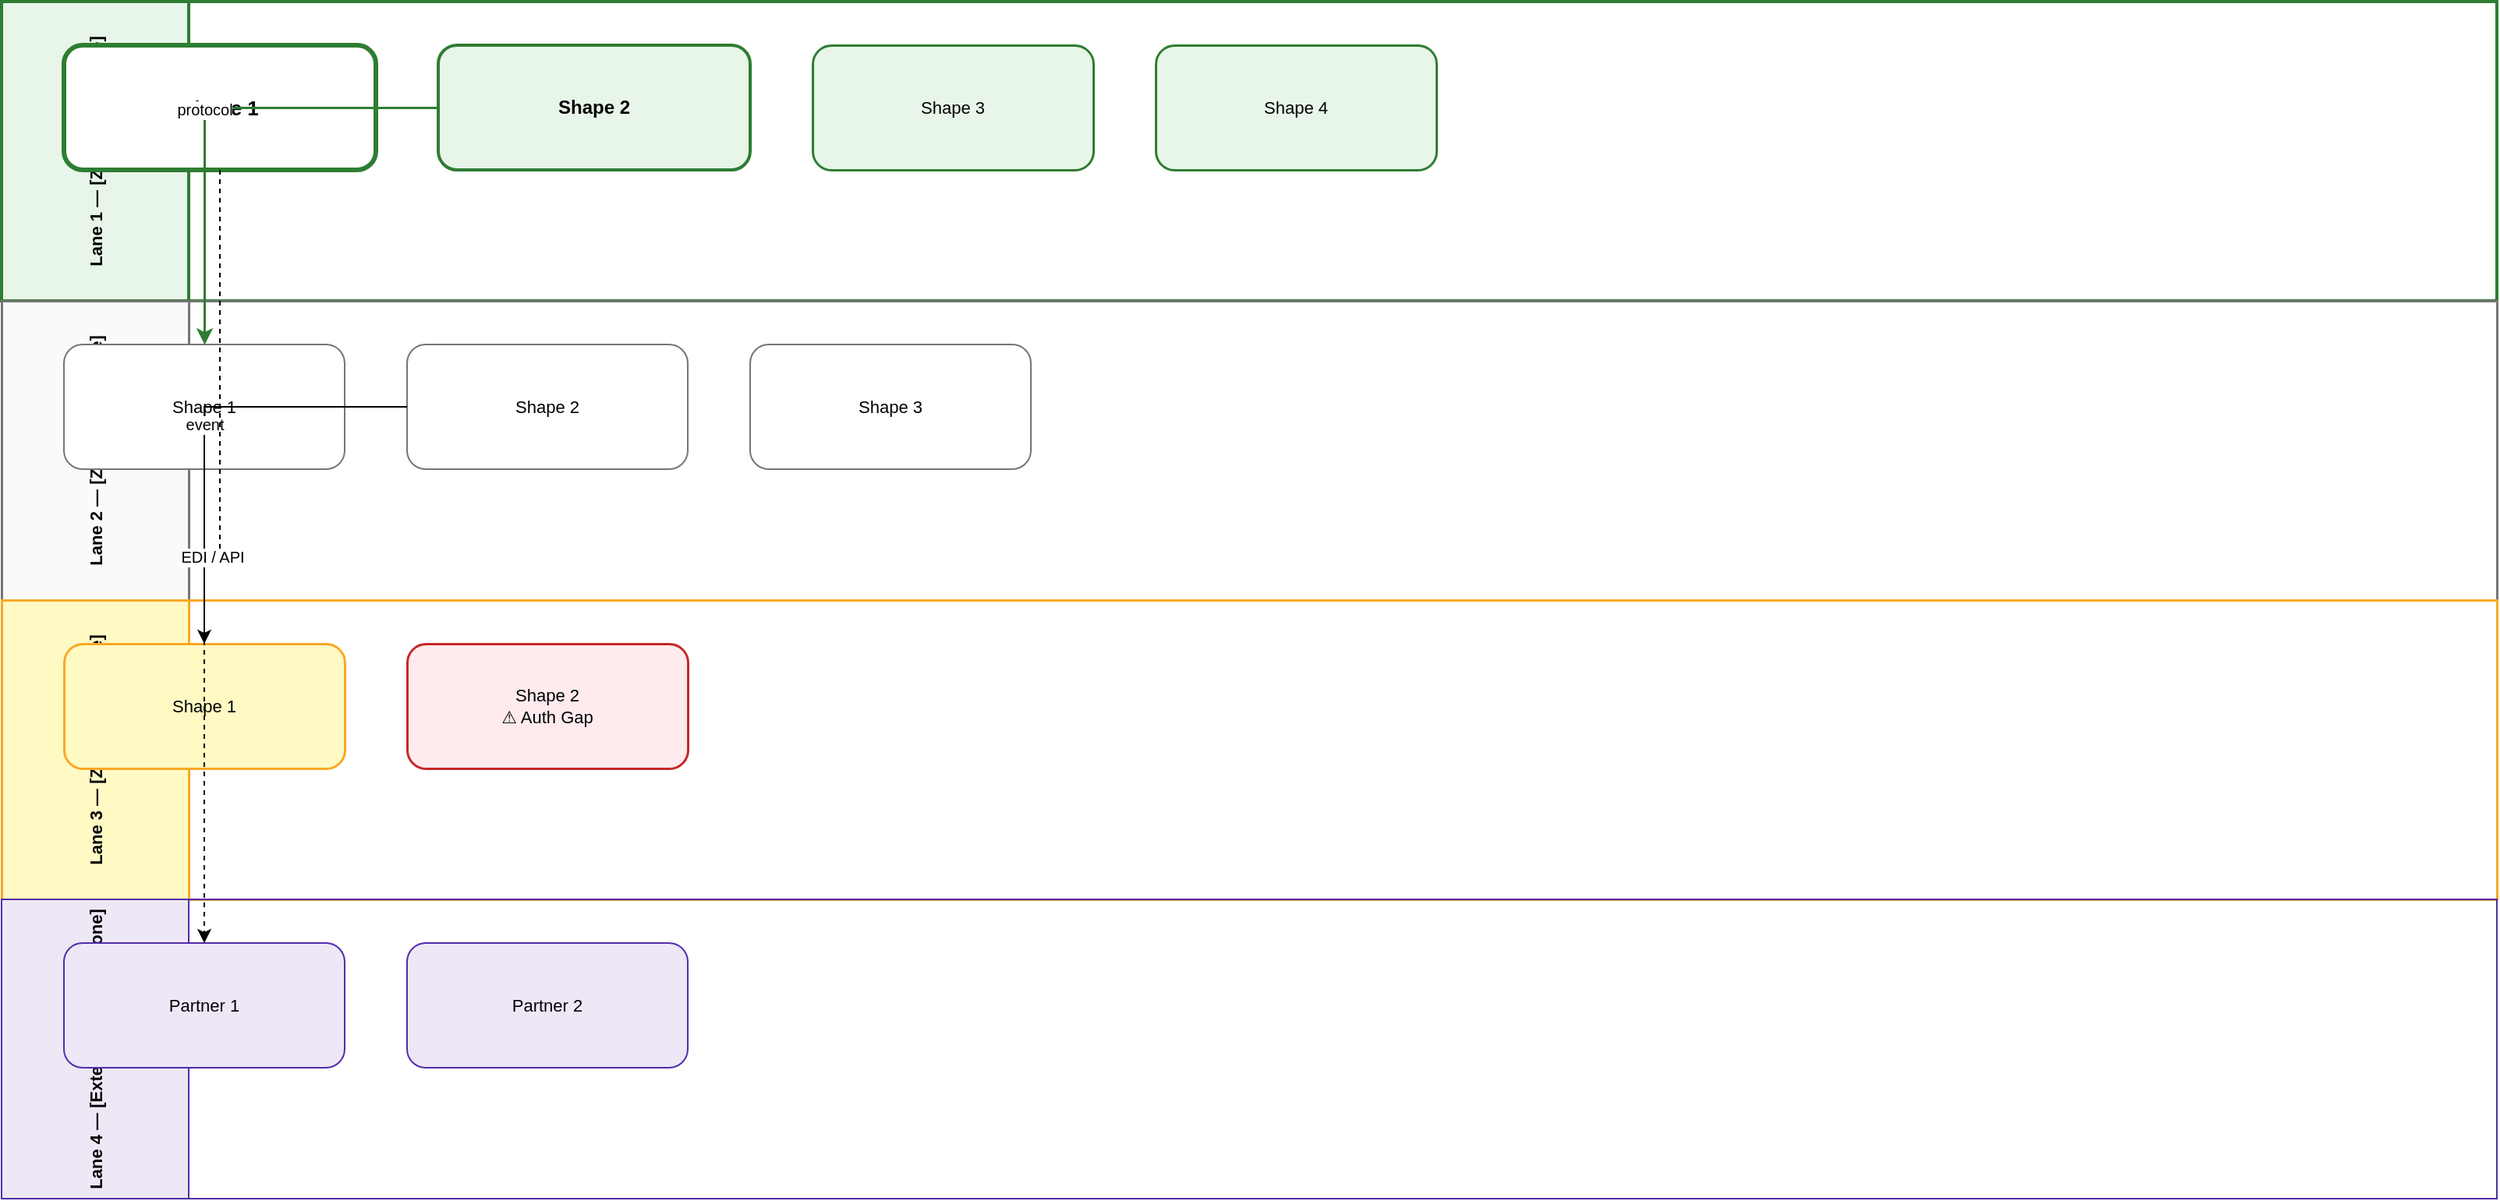
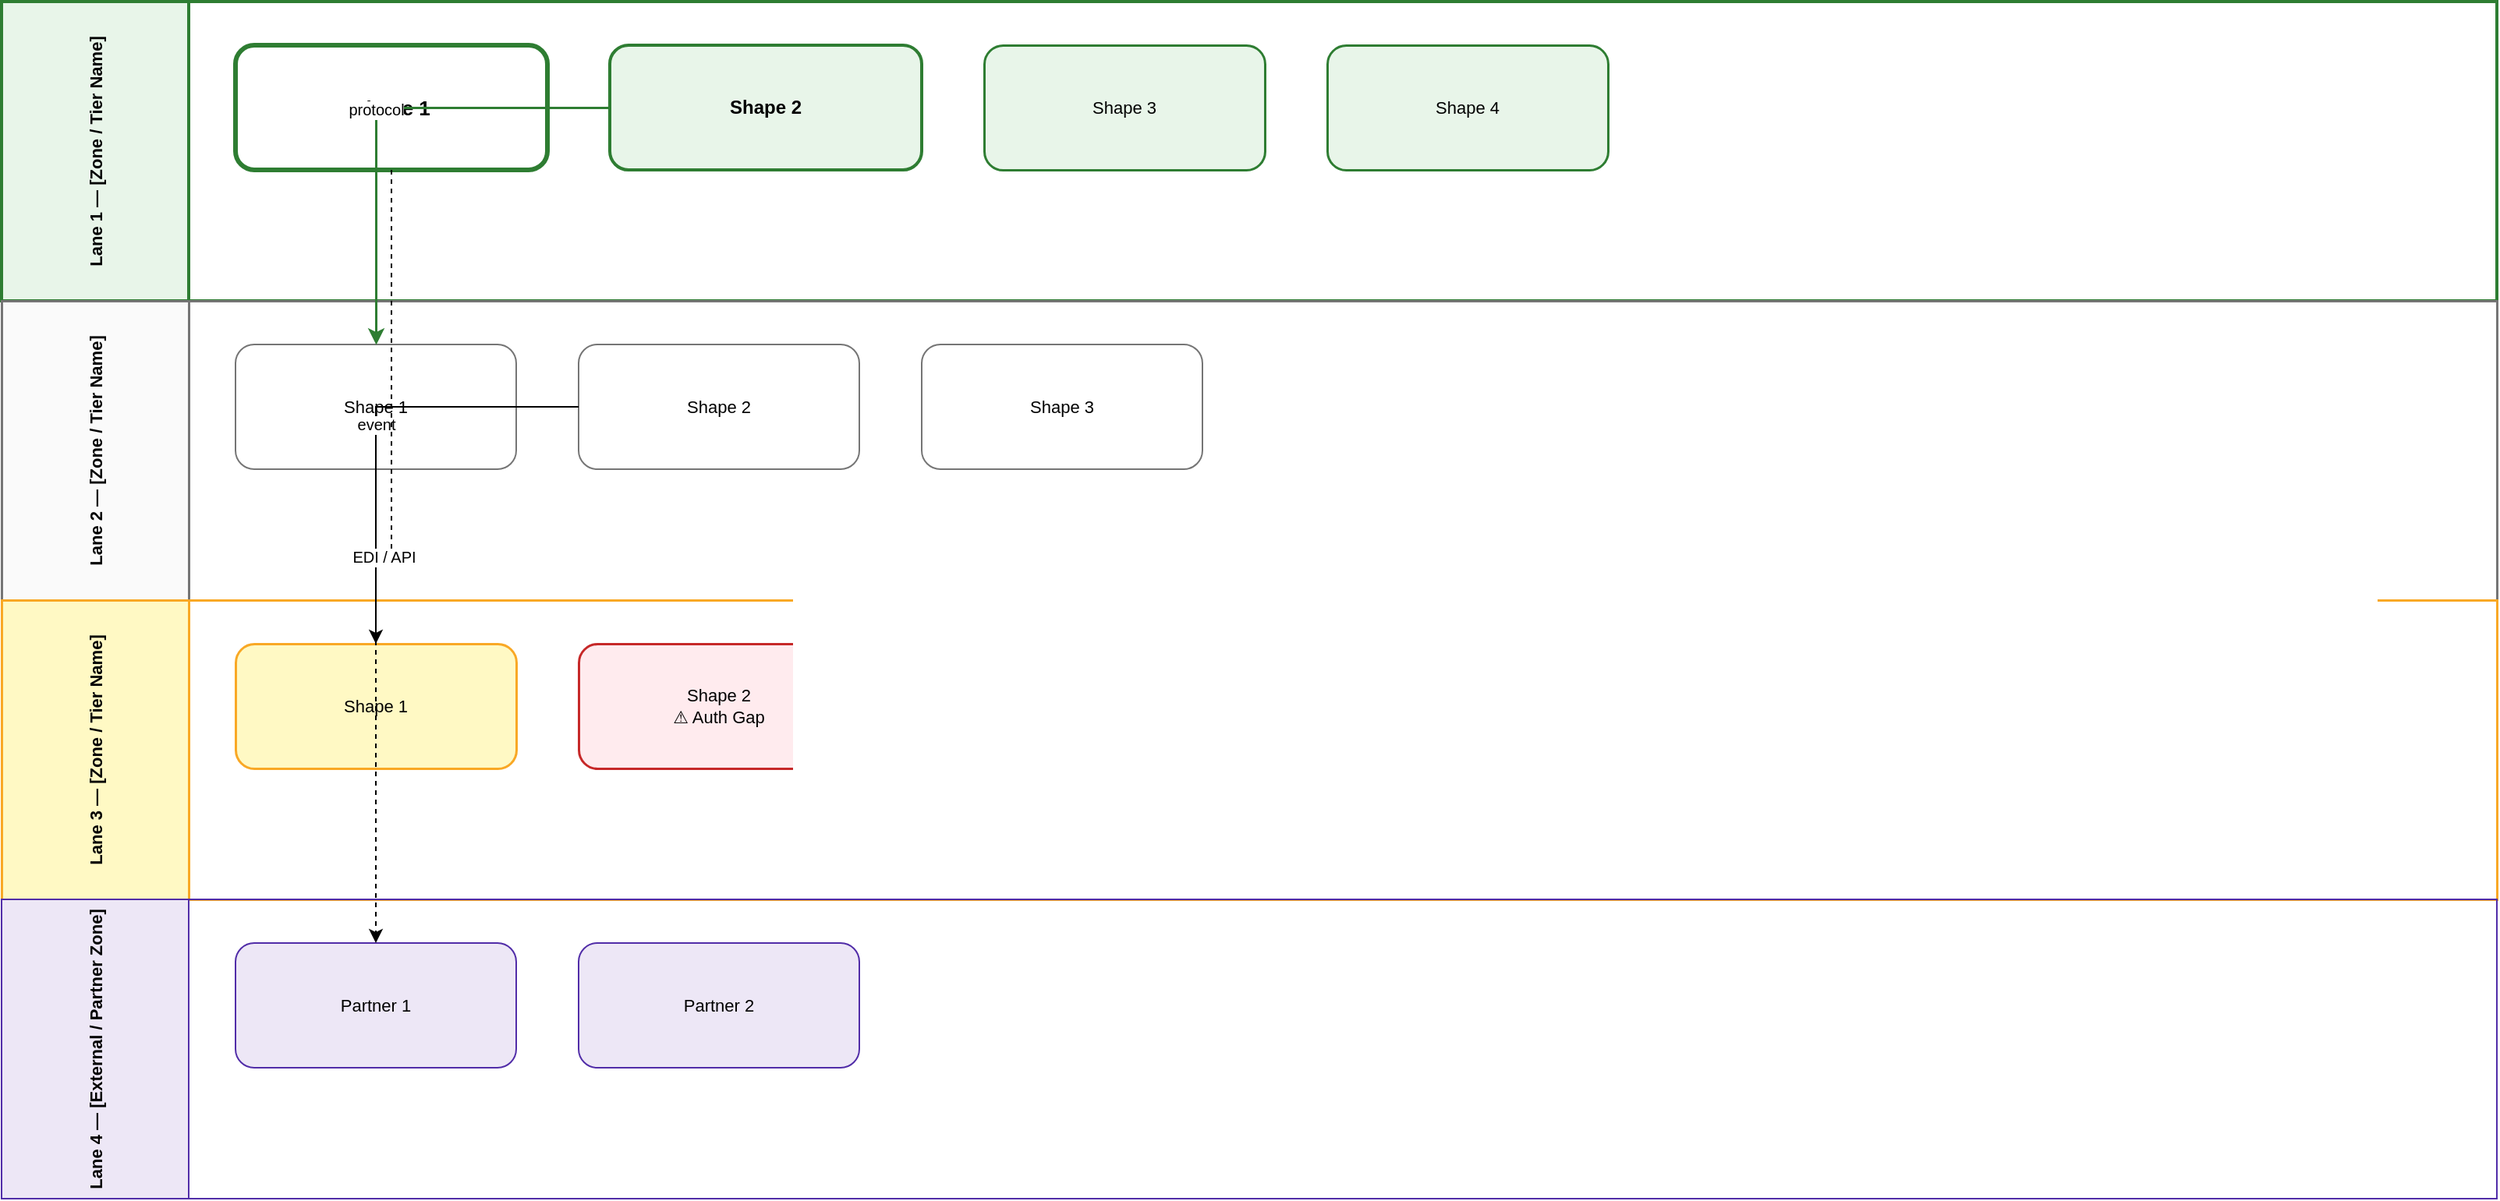
<mxfile host="app.diagrams.net" type="device" version="24.0.0">
  <diagram name="TEMPLATE — Horizontal Swimlanes" id="tpl-swim">
    <mxGraphModel dx="1600" dy="1040" grid="1" gridSize="24" guides="1" tooltips="1" connect="1" arrows="1" fold="1" page="1" pageScale="1" pageWidth="1600" pageHeight="1040" math="0" shadow="0">
      <root>
        <mxCell id="0"/>
        <mxCell id="1" parent="0"/>

        <mxCell id="lane1" value="Lane 1 — [Zone / Tier Name]" style="swimlane;startSize=120;horizontal=0;fillColor=#E8F5E9;strokeColor=#2E7D32;strokeWidth=2;fontSize=11;fontStyle=1;" vertex="1" parent="1">
          <mxGeometry x="0" y="0" width="1600" height="192" as="geometry"/>
        </mxCell>
        <mxCell id="l1s1" value="Shape 1" style="rounded=1;whiteSpace=wrap;html=1;fillColor=#FFFFFF;strokeColor=#2E7D32;strokeWidth=3;fontSize=13;fontStyle=1;" vertex="1" parent="lane1">
-           <mxGeometry x="40" y="28" width="200" height="80" as="geometry"/>
+           <mxGeometry x="150" y="28" width="200" height="80" as="geometry"/>
        </mxCell>
        <mxCell id="l1s2" value="Shape 2" style="rounded=1;whiteSpace=wrap;html=1;fillColor=#E8F5E9;strokeColor=#2E7D32;strokeWidth=2;fontSize=12;fontStyle=1;" vertex="1" parent="lane1">
-           <mxGeometry x="280" y="28" width="200" height="80" as="geometry"/>
+           <mxGeometry x="390" y="28" width="200" height="80" as="geometry"/>
        </mxCell>
        <mxCell id="l1s3" value="Shape 3" style="rounded=1;whiteSpace=wrap;html=1;fillColor=#E8F5E9;strokeColor=#2E7D32;strokeWidth=1.5;fontSize=11;" vertex="1" parent="lane1">
-           <mxGeometry x="520" y="28" width="180" height="80" as="geometry"/>
+           <mxGeometry x="630" y="28" width="180" height="80" as="geometry"/>
        </mxCell>
        <mxCell id="l1s4" value="Shape 4" style="rounded=1;whiteSpace=wrap;html=1;fillColor=#E8F5E9;strokeColor=#2E7D32;strokeWidth=1.5;fontSize=11;" vertex="1" parent="lane1">
-           <mxGeometry x="740" y="28" width="180" height="80" as="geometry"/>
+           <mxGeometry x="850" y="28" width="180" height="80" as="geometry"/>
        </mxCell>

        <mxCell id="lane2" value="Lane 2 — [Zone / Tier Name]" style="swimlane;startSize=120;horizontal=0;fillColor=#FAFAFA;strokeColor=#757575;strokeWidth=1.5;fontSize=11;fontStyle=1;" vertex="1" parent="1">
          <mxGeometry x="0" y="192" width="1600" height="192" as="geometry"/>
        </mxCell>
        <mxCell id="l2s1" value="Shape 1" style="rounded=1;whiteSpace=wrap;html=1;fillColor=#FFFFFF;strokeColor=#757575;strokeWidth=1;fontSize=11;" vertex="1" parent="lane2">
-           <mxGeometry x="40" y="28" width="180" height="80" as="geometry"/>
+           <mxGeometry x="150" y="28" width="180" height="80" as="geometry"/>
        </mxCell>
        <mxCell id="l2s2" value="Shape 2" style="rounded=1;whiteSpace=wrap;html=1;fillColor=#FFFFFF;strokeColor=#757575;strokeWidth=1;fontSize=11;" vertex="1" parent="lane2">
-           <mxGeometry x="260" y="28" width="180" height="80" as="geometry"/>
+           <mxGeometry x="370" y="28" width="180" height="80" as="geometry"/>
        </mxCell>
        <mxCell id="l2s3" value="Shape 3" style="rounded=1;whiteSpace=wrap;html=1;fillColor=#FFFFFF;strokeColor=#757575;strokeWidth=1;fontSize=11;" vertex="1" parent="lane2">
-           <mxGeometry x="480" y="28" width="180" height="80" as="geometry"/>
+           <mxGeometry x="590" y="28" width="180" height="80" as="geometry"/>
        </mxCell>

        <mxCell id="lane3" value="Lane 3 — [Zone / Tier Name]" style="swimlane;startSize=120;horizontal=0;fillColor=#FFF9C4;strokeColor=#F9A825;strokeWidth=1.5;fontSize=11;fontStyle=1;" vertex="1" parent="1">
          <mxGeometry x="0" y="384" width="1600" height="192" as="geometry"/>
        </mxCell>
        <mxCell id="l3s1" value="Shape 1" style="rounded=1;whiteSpace=wrap;html=1;fillColor=#FFF9C4;strokeColor=#F9A825;strokeWidth=1.5;fontSize=11;" vertex="1" parent="lane3">
-           <mxGeometry x="40" y="28" width="180" height="80" as="geometry"/>
+           <mxGeometry x="150" y="28" width="180" height="80" as="geometry"/>
        </mxCell>
        <mxCell id="l3s2" value="Shape 2&#xa;⚠ Auth Gap" style="rounded=1;whiteSpace=wrap;html=1;fillColor=#FFEBEE;strokeColor=#C62828;strokeWidth=1.5;fontSize=11;" vertex="1" parent="lane3">
-           <mxGeometry x="260" y="28" width="180" height="80" as="geometry"/>
+           <mxGeometry x="370" y="28" width="180" height="80" as="geometry"/>
        </mxCell>

        <mxCell id="lane4" value="Lane 4 — [External / Partner Zone]" style="swimlane;startSize=120;horizontal=0;fillColor=#EDE7F6;strokeColor=#512DA8;strokeWidth=1;fontSize=11;fontStyle=1;" vertex="1" parent="1">
          <mxGeometry x="0" y="576" width="1600" height="192" as="geometry"/>
        </mxCell>
        <mxCell id="l4s1" value="Partner 1" style="rounded=1;whiteSpace=wrap;html=1;fillColor=#EDE7F6;strokeColor=#512DA8;strokeWidth=1;fontSize=11;" vertex="1" parent="lane4">
-           <mxGeometry x="40" y="28" width="180" height="80" as="geometry"/>
+           <mxGeometry x="150" y="28" width="180" height="80" as="geometry"/>
        </mxCell>
        <mxCell id="l4s2" value="Partner 2" style="rounded=1;whiteSpace=wrap;html=1;fillColor=#EDE7F6;strokeColor=#512DA8;strokeWidth=1;fontSize=11;" vertex="1" parent="lane4">
-           <mxGeometry x="260" y="28" width="180" height="80" as="geometry"/>
+           <mxGeometry x="370" y="28" width="180" height="80" as="geometry"/>
        </mxCell>

        <mxCell id="e_l1_l2" value="protocol" style="edgeStyle=orthogonalEdgeStyle;rounded=0;orthogonalLoop=1;jettySize=auto;html=1;fontSize=10;strokeColor=#2E7D32;strokeWidth=1.5;" edge="1" source="l1s2" target="l2s1" parent="1">
          <mxGeometry relative="1" as="geometry"/>
        </mxCell>
        <mxCell id="e_l2_l3" value="event" style="edgeStyle=orthogonalEdgeStyle;rounded=0;orthogonalLoop=1;jettySize=auto;html=1;fontSize=10;" edge="1" source="l2s2" target="l3s1" parent="1">
          <mxGeometry relative="1" as="geometry"/>
        </mxCell>
        <mxCell id="e_l1_l4" value="EDI / API" style="edgeStyle=orthogonalEdgeStyle;rounded=0;orthogonalLoop=1;jettySize=auto;html=1;fontSize=10;dashed=1;" edge="1" source="l1s1" target="l4s1" parent="1">
          <mxGeometry relative="1" as="geometry"/>
        </mxCell>

      </root>
    </mxGraphModel>
  </diagram>
</mxfile>
